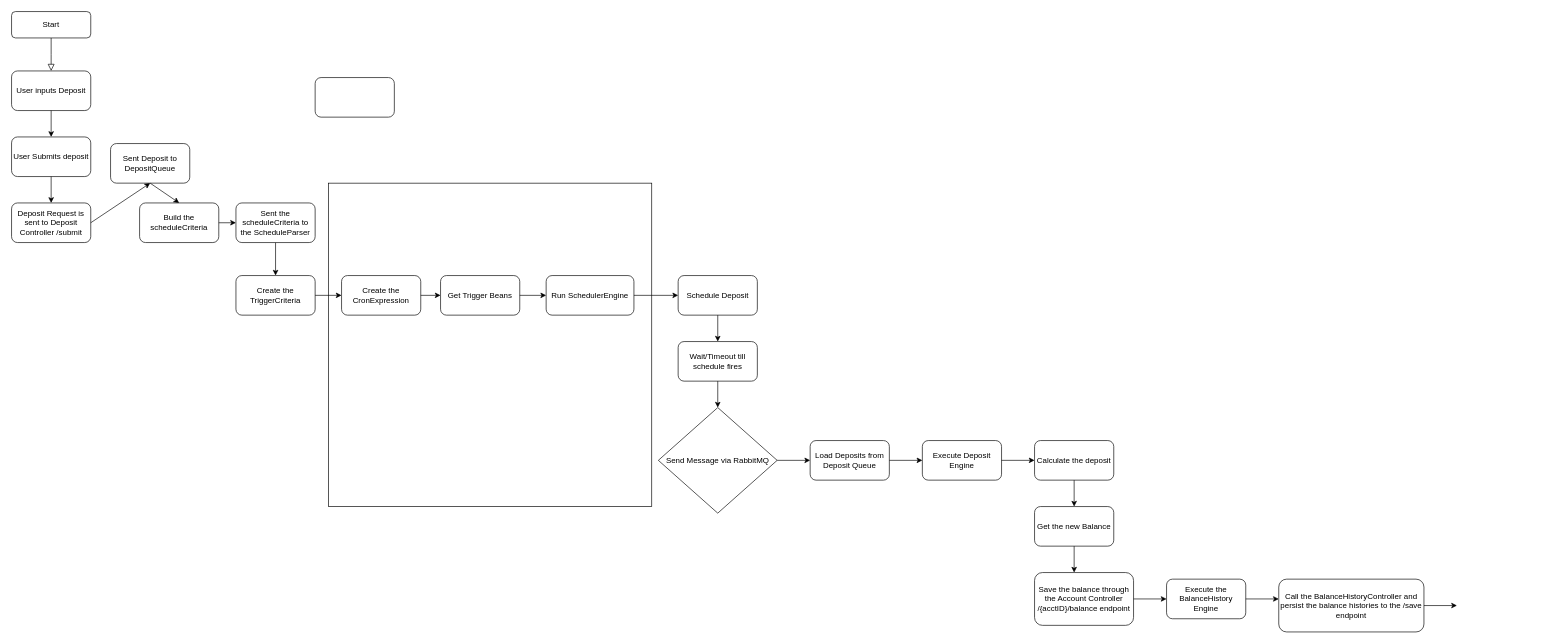
Before: AeroBankApp/DepositProcess.drawio in AKing982/AeroBankApp, a draw.io diagram. Source tidied: cells renumbered, new cells numbered last; positions are measured from the earlier drawing's top-left corner, leaving out a move shared by most shapes. Both pictures are drawn from the tidied source at 66%, with x=0, y=0 at pixel (11, 11).
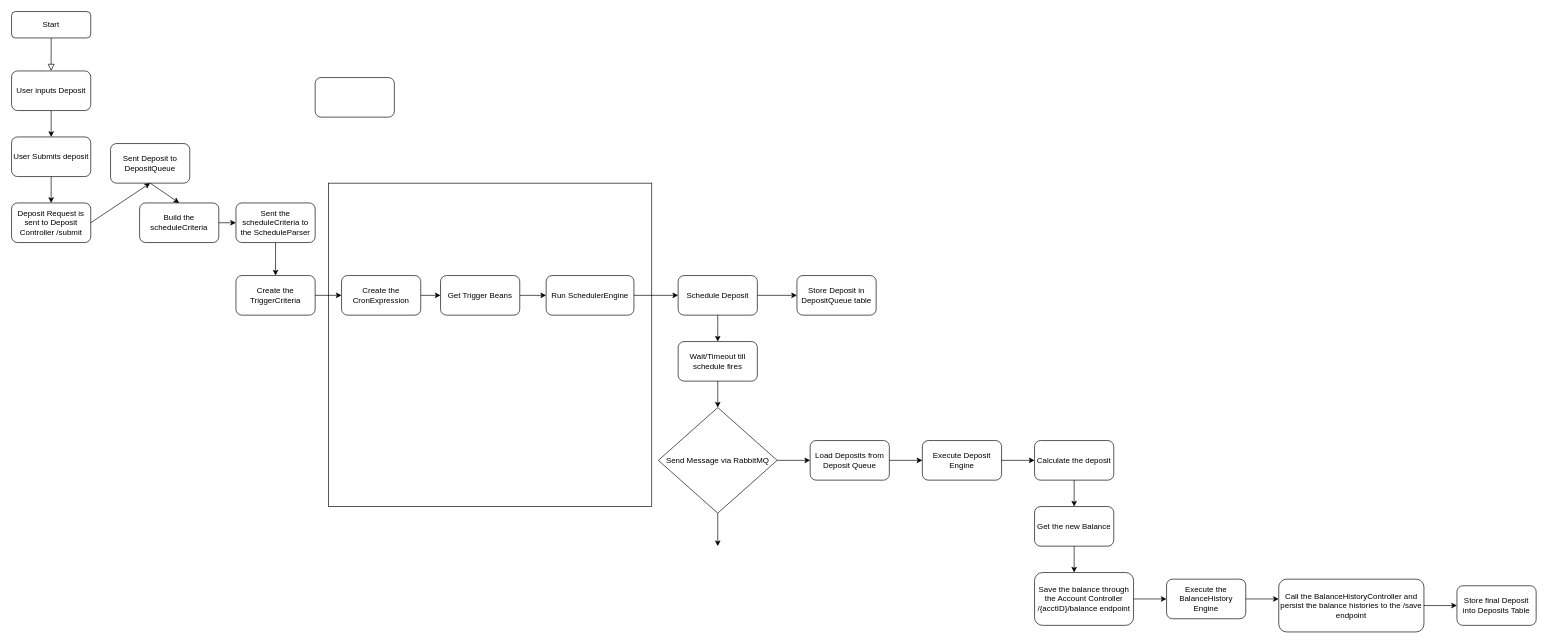
The same diagram, later.

Unchanged cells that the change refers to:
```xml
<mxCell id="26" value="Schedule Deposit" style="rounded=1;whiteSpace=wrap;html=1;" parent="1" vertex="1">
  <mxGeometry x="1010" y="400" width="120" height="60" as="geometry" />
</mxCell>
<mxCell id="30" value="Send Message via RabbitMQ" style="rhombus;whiteSpace=wrap;html=1;" parent="1" vertex="1">
  <mxGeometry x="980" y="600" width="180" height="160" as="geometry" />
</mxCell>
```

The edit, as a diff of the source:
```diff
@@
+    <mxCell id="46" value="Store final Deposit into Deposits Table" style="rounded=1;whiteSpace=wrap;html=1;" parent="1" vertex="1">
+      <mxGeometry x="2190" y="870" width="120" height="60" as="geometry" />
+    </mxCell>
+    <mxCell id="47" style="endArrow=classic;html=1;rounded=0;exitX=0.5;exitY=1;exitDx=0;exitDy=0;" parent="1" edge="1" source="30">
+      <mxGeometry relative="1" as="geometry">
+        <mxPoint x="1070" y="810" as="targetPoint" />
+      </mxGeometry>
+    </mxCell>
+    <mxCell id="48" style="endArrow=classic;html=1;rounded=0;exitX=1;exitY=0.5;exitDx=0;exitDy=0;" parent="1" edge="1" source="26">
+      <mxGeometry relative="1" as="geometry">
+        <mxPoint x="1190" y="430" as="targetPoint" />
+      </mxGeometry>
+    </mxCell>
+    <mxCell id="49" value="Store Deposit in DepositQueue table" style="rounded=1;whiteSpace=wrap;html=1;" parent="1" vertex="1">
+      <mxGeometry x="1190" y="400" width="120" height="60" as="geometry" />
+    </mxCell>
```
